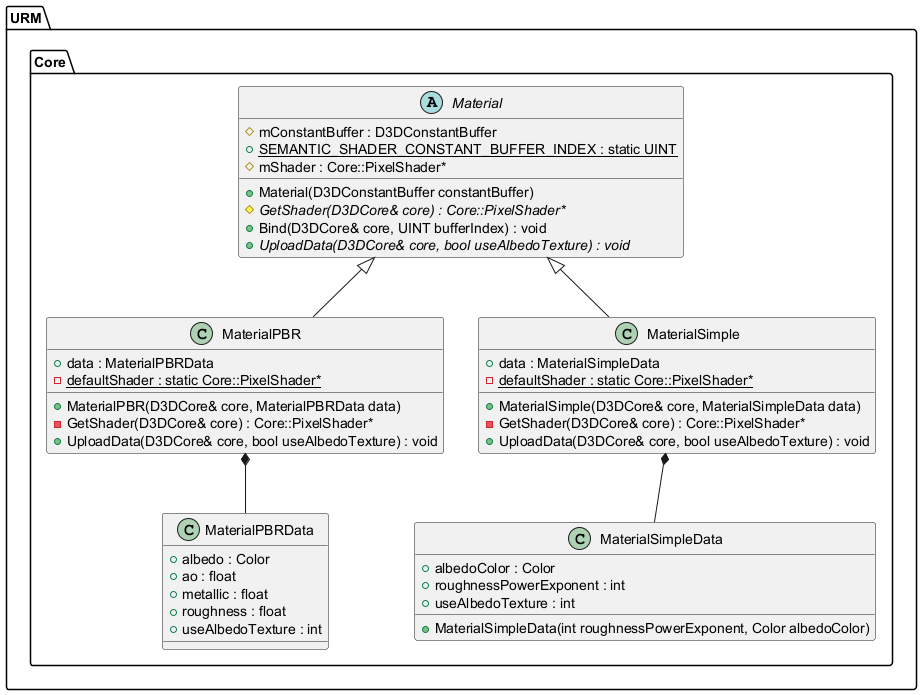
This is Latex/images/UML/materials.png from MinikPLayer/MasterThesis_UniversalRenderingModule_D3D11, a PlantUML export, as it was before one commit. The source it was exported from:
```plantuml
@startuml
top to bottom direction






namespace URM {
	namespace Core {
		abstract class Material {
			+Material(D3DConstantBuffer constantBuffer)
			#mConstantBuffer : D3DConstantBuffer
			+{static} SEMANTIC_SHADER_CONSTANT_BUFFER_INDEX : static UINT
			#{abstract} GetShader(D3DCore& core) : Core::PixelShader*
			#mShader : Core::PixelShader*
			+Bind(D3DCore& core, UINT bufferIndex) : void
			+{abstract} UploadData(D3DCore& core, bool useAlbedoTexture) : void
		}

		class MaterialPBR {
			+MaterialPBR(D3DCore& core, MaterialPBRData data)
			+data : MaterialPBRData
			-{static} defaultShader : static Core::PixelShader*
			-GetShader(D3DCore& core) : Core::PixelShader*
			+UploadData(D3DCore& core, bool useAlbedoTexture) : void
		}

		class MaterialSimple {
			+MaterialSimple(D3DCore& core, MaterialSimpleData data)
			+data : MaterialSimpleData
			-{static} defaultShader : static Core::PixelShader*
			-GetShader(D3DCore& core) : Core::PixelShader*
			+UploadData(D3DCore& core, bool useAlbedoTexture) : void
		}

		class MaterialPBRData {
			+albedo : Color
			+ao : float
			+metallic : float
			+roughness : float
			+useAlbedoTexture : int
		}

		class MaterialSimpleData {
			+MaterialSimpleData(int roughnessPowerExponent, Color albedoColor)
			+albedoColor : Color
			+roughnessPowerExponent : int
			+useAlbedoTexture : int
		}
	}
}






URM.Core.Material <|-- URM.Core.MaterialPBR


URM.Core.Material <|-- URM.Core.MaterialSimple






URM.Core.MaterialPBR *-- URM.Core.MaterialPBRData


URM.Core.MaterialSimple *-- URM.Core.MaterialSimpleData









@enduml
```
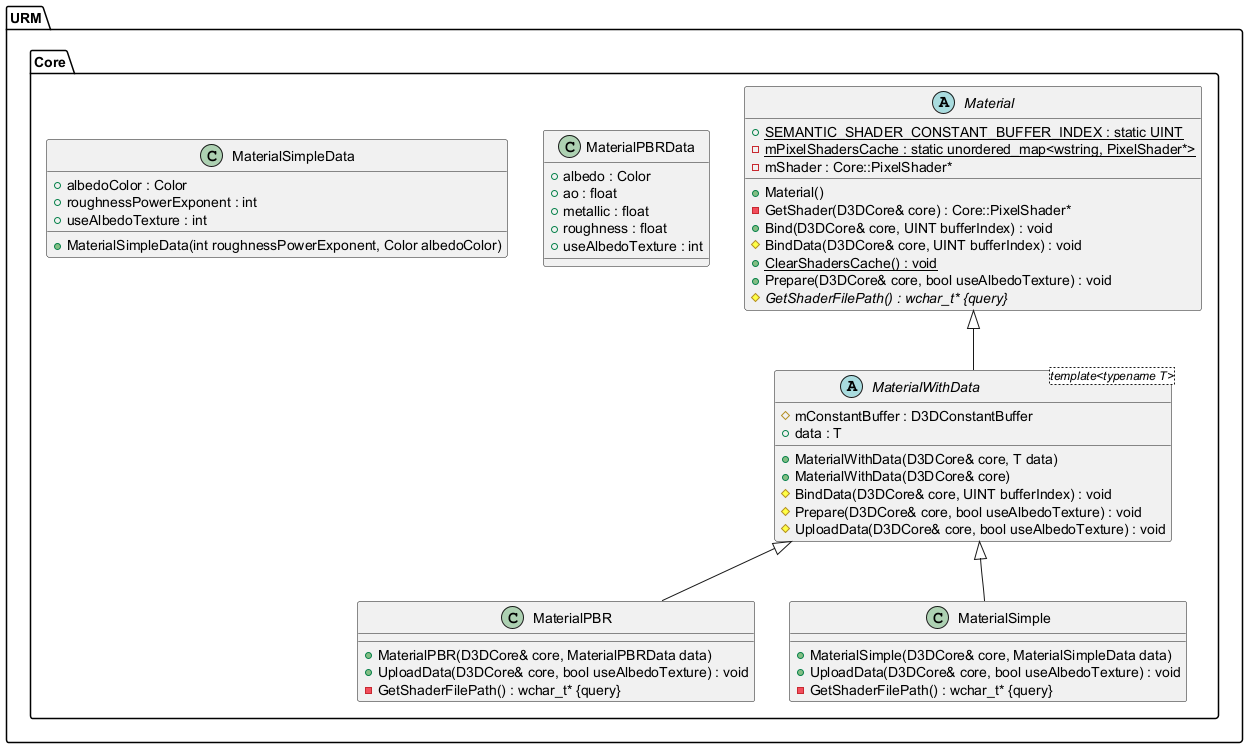
After the commit.

Change to the diagram source:
```diff
@@ -9,29 +9,38 @@
 namespace URM {
 	namespace Core {
 		abstract class Material {
-			+Material(D3DConstantBuffer constantBuffer)
-			#mConstantBuffer : D3DConstantBuffer
+			+Material()
 			+{static} SEMANTIC_SHADER_CONSTANT_BUFFER_INDEX : static UINT
-			#{abstract} GetShader(D3DCore& core) : Core::PixelShader*
-			#mShader : Core::PixelShader*
+			-{static} mPixelShadersCache : static unordered_map<wstring, PixelShader*>
+			-GetShader(D3DCore& core) : Core::PixelShader*
+			-mShader : Core::PixelShader*
 			+Bind(D3DCore& core, UINT bufferIndex) : void
-			+{abstract} UploadData(D3DCore& core, bool useAlbedoTexture) : void
+			#BindData(D3DCore& core, UINT bufferIndex) : void
+			+{static} ClearShadersCache() : void
+			+Prepare(D3DCore& core, bool useAlbedoTexture) : void
+			#{abstract} GetShaderFilePath() : wchar_t* {query}
 		}
 
 		class MaterialPBR {
 			+MaterialPBR(D3DCore& core, MaterialPBRData data)
-			+data : MaterialPBRData
-			-{static} defaultShader : static Core::PixelShader*
-			-GetShader(D3DCore& core) : Core::PixelShader*
 			+UploadData(D3DCore& core, bool useAlbedoTexture) : void
+			-GetShaderFilePath() : wchar_t* {query}
 		}
 
 		class MaterialSimple {
 			+MaterialSimple(D3DCore& core, MaterialSimpleData data)
-			+data : MaterialSimpleData
-			-{static} defaultShader : static Core::PixelShader*
-			-GetShader(D3DCore& core) : Core::PixelShader*
 			+UploadData(D3DCore& core, bool useAlbedoTexture) : void
+			-GetShaderFilePath() : wchar_t* {query}
+		}
+
+		abstract class MaterialWithData <template<typename T>> {
+			+MaterialWithData(D3DCore& core, T data)
+			+MaterialWithData(D3DCore& core)
+			#mConstantBuffer : D3DConstantBuffer
+			+data : T
+			#BindData(D3DCore& core, UINT bufferIndex) : void
+			#Prepare(D3DCore& core, bool useAlbedoTexture) : void
+			#UploadData(D3DCore& core, bool useAlbedoTexture) : void
 		}
 
 		class MaterialPBRData {
@@ -56,20 +65,17 @@
 
 
 
-URM.Core.Material <|-- URM.Core.MaterialPBR
+URM.Core.Material <|-- URM.Core.MaterialWithData
 
 
-URM.Core.Material <|-- URM.Core.MaterialSimple
+URM.Core.MaterialWithData <|-- URM.Core.MaterialPBR
+
+
+URM.Core.MaterialWithData <|-- URM.Core.MaterialSimple
 
 
 
 
-
-
-URM.Core.MaterialPBR *-- URM.Core.MaterialPBRData
-
-
-URM.Core.MaterialSimple *-- URM.Core.MaterialSimpleData
 
 
 
```
